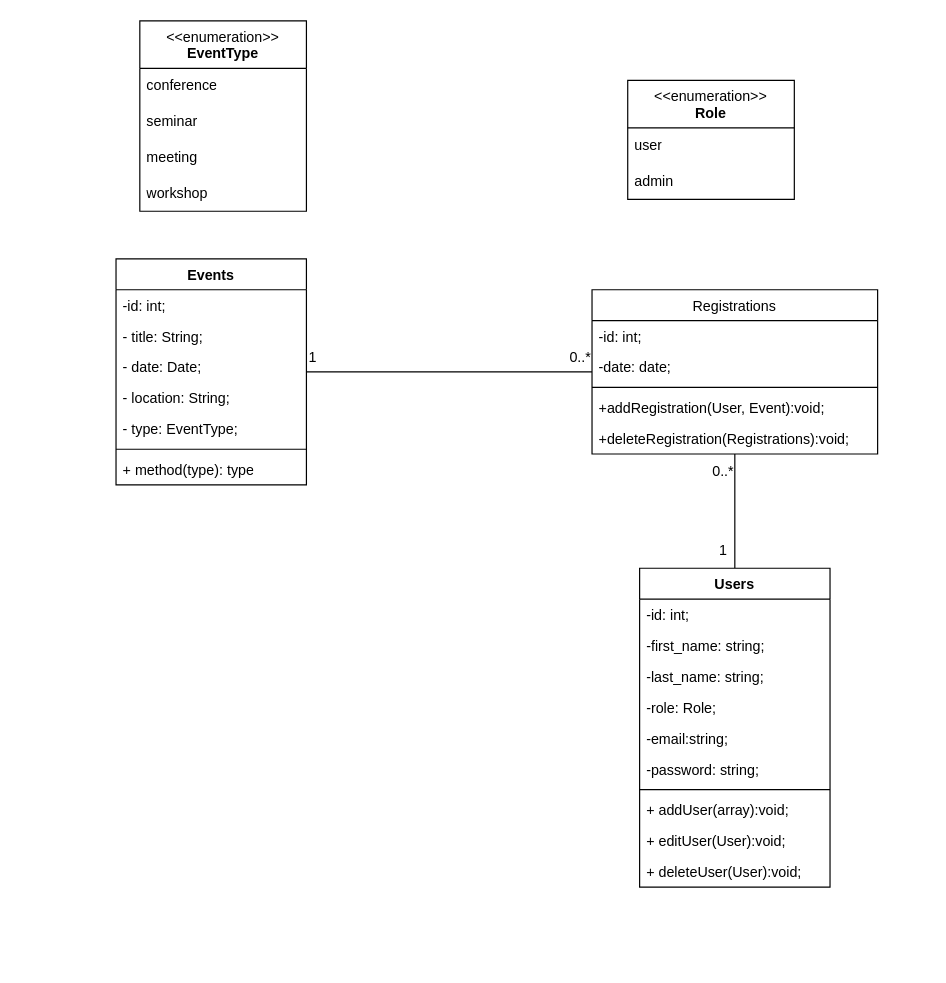
The draw.io diagram page "class" (2 of 2) of eventKeeper.drawio in berghach/EventKeeper, before the edit. Source tidied: cells renumbered, new cells numbered last; positions are measured from the earlier drawing's top-left corner, leaving out a move shared by most shapes. Both pictures are drawn from the tidied source at 119%, with x=0, y=0 at pixel (115, 20).
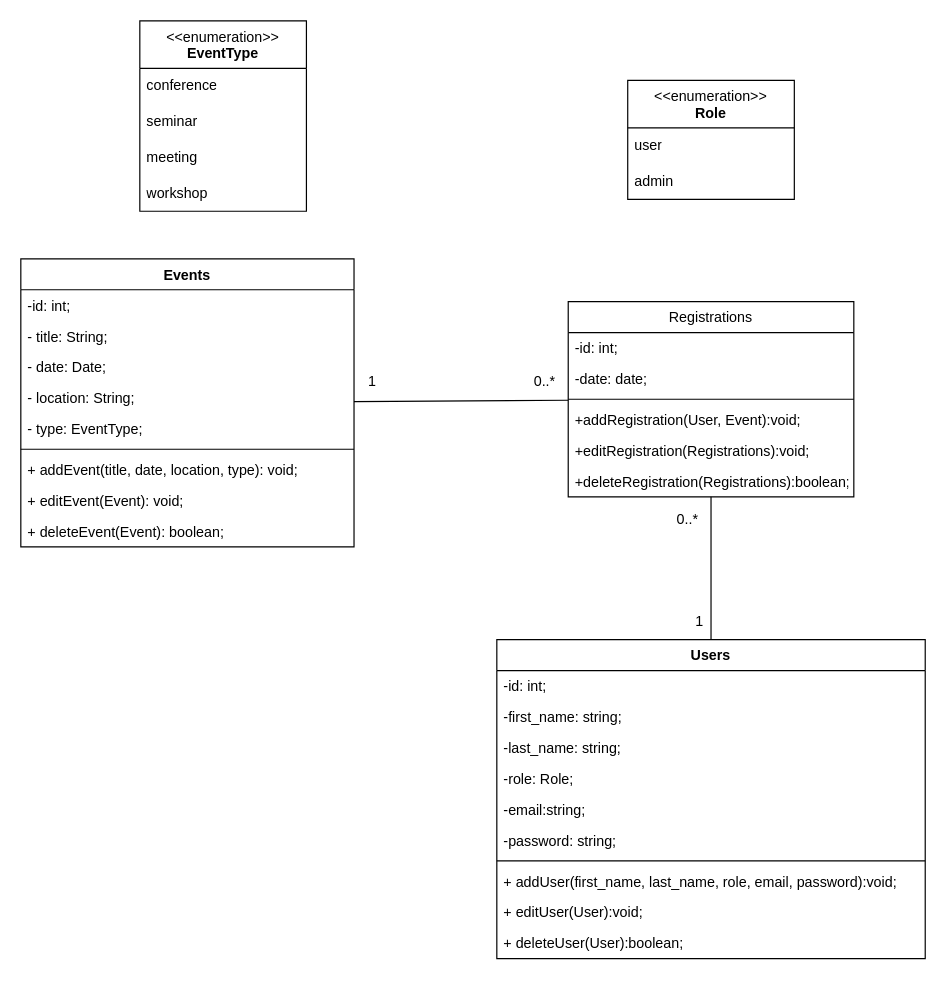
The same diagram, later.

Diff of the diagram source:
```diff
@@
     <mxCell id="3" value="Users" style="swimlane;fontStyle=1;align=center;verticalAlign=top;horizontal=1;startSize=26;whiteSpace=wrap;html=1;" parent="1" vertex="1">
-      <mxGeometry x="440" y="460" width="160" height="268" as="geometry" />
+      <mxGeometry x="320" y="520" width="360" height="268" as="geometry" />
     </mxCell>
     <mxCell id="4" value="-id: int;" style="text;strokeColor=none;fillColor=none;align=left;verticalAlign=top;spacingLeft=4;spacingRight=4;overflow=hidden;whiteSpace=wrap;html=1;" parent="3" vertex="1">
-      <mxGeometry y="26" width="160" height="26" as="geometry" />
+      <mxGeometry y="26" width="360" height="26" as="geometry" />
     </mxCell>
     <mxCell id="5" value="-first_name: string;" style="text;strokeColor=none;fillColor=none;align=left;verticalAlign=top;spacingLeft=4;spacingRight=4;overflow=hidden;whiteSpace=wrap;html=1;" parent="3" vertex="1">
-      <mxGeometry y="52" width="160" height="26" as="geometry" />
+      <mxGeometry y="52" width="360" height="26" as="geometry" />
     </mxCell>
     <mxCell id="6" value="-last_name: string;" style="text;strokeColor=none;fillColor=none;align=left;verticalAlign=top;spacingLeft=4;spacingRight=4;overflow=hidden;whiteSpace=wrap;html=1;" parent="3" vertex="1">
-      <mxGeometry y="78" width="160" height="26" as="geometry" />
+      <mxGeometry y="78" width="360" height="26" as="geometry" />
     </mxCell>
     <mxCell id="7" value="-role: Role;" style="text;strokeColor=none;fillColor=none;align=left;verticalAlign=top;spacingLeft=4;spacingRight=4;overflow=hidden;whiteSpace=wrap;html=1;" parent="3" vertex="1">
-      <mxGeometry y="104" width="160" height="26" as="geometry" />
+      <mxGeometry y="104" width="360" height="26" as="geometry" />
     </mxCell>
     <mxCell id="8" value="-email:string;" style="text;strokeColor=none;fillColor=none;align=left;verticalAlign=top;spacingLeft=4;spacingRight=4;overflow=hidden;whiteSpace=wrap;html=1;" parent="3" vertex="1">
-      <mxGeometry y="130" width="160" height="26" as="geometry" />
+      <mxGeometry y="130" width="360" height="26" as="geometry" />
     </mxCell>
     <mxCell id="9" value="-password: string;" style="text;strokeColor=none;fillColor=none;align=left;verticalAlign=top;spacingLeft=4;spacingRight=4;overflow=hidden;whiteSpace=wrap;html=1;" parent="3" vertex="1">
-      <mxGeometry y="156" width="160" height="26" as="geometry" />
+      <mxGeometry y="156" width="360" height="26" as="geometry" />
     </mxCell>
     <mxCell id="10" style="line;strokeWidth=1;fillColor=none;align=left;verticalAlign=middle;spacingTop=-1;spacingLeft=3;spacingRight=3;labelPosition=right;strokeColor=inherit;" parent="3" vertex="1">
-      <mxGeometry y="182" width="160" height="8" as="geometry" />
+      <mxGeometry y="182" width="360" height="8" as="geometry" />
     </mxCell>
-    <mxCell id="11" value="+ addUser(array):void;" style="text;strokeColor=none;fillColor=none;align=left;verticalAlign=top;spacingLeft=4;spacingRight=4;overflow=hidden;whiteSpace=wrap;html=1;" parent="3" vertex="1">
-      <mxGeometry y="190" width="160" height="26" as="geometry" />
+    <mxCell id="11" value="+ addUser(first_name, last_name, role, email, password):void;" style="text;strokeColor=none;fillColor=none;align=left;verticalAlign=top;spacingLeft=4;spacingRight=4;overflow=hidden;whiteSpace=wrap;html=1;" parent="3" vertex="1">
+      <mxGeometry y="190" width="360" height="26" as="geometry" />
     </mxCell>
     <mxCell id="12" value="+ editUser(User):void;" style="text;strokeColor=none;fillColor=none;align=left;verticalAlign=top;spacingLeft=4;spacingRight=4;overflow=hidden;whiteSpace=wrap;html=1;" parent="3" vertex="1">
-      <mxGeometry y="216" width="160" height="26" as="geometry" />
+      <mxGeometry y="216" width="360" height="26" as="geometry" />
     </mxCell>
-    <mxCell id="13" value="+ deleteUser(User):void;" style="text;strokeColor=none;fillColor=none;align=left;verticalAlign=top;spacingLeft=4;spacingRight=4;overflow=hidden;whiteSpace=wrap;html=1;" parent="3" vertex="1">
-      <mxGeometry y="242" width="160" height="26" as="geometry" />
+    <mxCell id="13" value="+ deleteUser(User):boolean;" style="text;strokeColor=none;fillColor=none;align=left;verticalAlign=top;spacingLeft=4;spacingRight=4;overflow=hidden;whiteSpace=wrap;html=1;" parent="3" vertex="1">
+      <mxGeometry y="242" width="360" height="26" as="geometry" />
     </mxCell>
@@
     <mxCell id="15" value="&lt;span style=&quot;font-weight: 400; text-align: left;&quot;&gt;Registrations&lt;/span&gt;" style="swimlane;fontStyle=1;align=center;verticalAlign=top;horizontal=1;startSize=26;whiteSpace=wrap;html=1;" parent="1" vertex="1">
-      <mxGeometry x="400" y="226" width="240" height="138" as="geometry" />
+      <mxGeometry x="380" y="236" width="240" height="164" as="geometry" />
     </mxCell>
@@
-    <mxCell id="20" value="+deleteRegistration(Registrations):void;" style="text;strokeColor=none;fillColor=none;align=left;verticalAlign=top;spacingLeft=4;spacingRight=4;overflow=hidden;whiteSpace=wrap;html=1;" parent="15" vertex="1">
+    <mxCell id="20" value="+editRegistration(Registrations):void;" style="text;strokeColor=none;fillColor=none;align=left;verticalAlign=top;spacingLeft=4;spacingRight=4;overflow=hidden;whiteSpace=wrap;html=1;" parent="15" vertex="1">
       <mxGeometry y="112" width="240" height="26" as="geometry" />
     </mxCell>
+    <mxCell id="41" value="+deleteRegistration(Registrations):boolean;" style="text;strokeColor=none;fillColor=none;align=left;verticalAlign=top;spacingLeft=4;spacingRight=4;overflow=hidden;whiteSpace=wrap;html=1;" parent="15" vertex="1">
+      <mxGeometry y="138" width="240" height="26" as="geometry" />
+    </mxCell>
     <mxCell id="21" value="Events" style="swimlane;fontStyle=1;align=center;verticalAlign=top;horizontal=1;startSize=26;whiteSpace=wrap;html=1;" parent="1" vertex="1">
-      <mxGeometry y="200" width="160" height="190" as="geometry" />
+      <mxGeometry x="-80" y="200" width="280" height="242" as="geometry" />
     </mxCell>
     <mxCell id="22" value="-id: int;" style="text;strokeColor=none;fillColor=none;align=left;verticalAlign=top;spacingLeft=4;spacingRight=4;overflow=hidden;whiteSpace=wrap;html=1;" parent="21" vertex="1">
-      <mxGeometry y="26" width="160" height="26" as="geometry" />
+      <mxGeometry y="26" width="280" height="26" as="geometry" />
     </mxCell>
     <mxCell id="23" value="&lt;span class=&quot;hljs-operator&quot;&gt;-&lt;/span&gt; title: String;" style="text;strokeColor=none;fillColor=none;align=left;verticalAlign=top;spacingLeft=4;spacingRight=4;overflow=hidden;whiteSpace=wrap;html=1;" parent="21" vertex="1">
-      <mxGeometry y="52" width="160" height="26" as="geometry" />
+      <mxGeometry y="52" width="280" height="26" as="geometry" />
     </mxCell>
     <mxCell id="24" value="&lt;span class=&quot;hljs-operator&quot;&gt;-&lt;/span&gt; &lt;span class=&quot;hljs-type&quot;&gt;date&lt;/span&gt;: Date;" style="text;strokeColor=none;fillColor=none;align=left;verticalAlign=top;spacingLeft=4;spacingRight=4;overflow=hidden;whiteSpace=wrap;html=1;" parent="21" vertex="1">
-      <mxGeometry y="78" width="160" height="26" as="geometry" />
+      <mxGeometry y="78" width="280" height="26" as="geometry" />
     </mxCell>
     <mxCell id="25" value="&lt;span class=&quot;hljs-operator&quot;&gt;-&lt;/span&gt; location: String;" style="text;strokeColor=none;fillColor=none;align=left;verticalAlign=top;spacingLeft=4;spacingRight=4;overflow=hidden;whiteSpace=wrap;html=1;" parent="21" vertex="1">
-      <mxGeometry y="104" width="160" height="26" as="geometry" />
+      <mxGeometry y="104" width="280" height="26" as="geometry" />
     </mxCell>
     <mxCell id="26" value="&lt;span class=&quot;hljs-operator&quot;&gt;-&lt;/span&gt; type: EventType;&amp;nbsp;" style="text;strokeColor=none;fillColor=none;align=left;verticalAlign=top;spacingLeft=4;spacingRight=4;overflow=hidden;whiteSpace=wrap;html=1;" parent="21" vertex="1">
-      <mxGeometry y="130" width="160" height="26" as="geometry" />
+      <mxGeometry y="130" width="280" height="26" as="geometry" />
     </mxCell>
     <mxCell id="27" style="line;strokeWidth=1;fillColor=none;align=left;verticalAlign=middle;spacingTop=-1;spacingLeft=3;spacingRight=3;labelPosition=right;strokeColor=inherit;" parent="21" vertex="1">
-      <mxGeometry y="156" width="160" height="8" as="geometry" />
+      <mxGeometry y="156" width="280" height="8" as="geometry" />
     </mxCell>
-    <mxCell id="28" value="+ method(type): type" style="text;strokeColor=none;fillColor=none;align=left;verticalAlign=top;spacingLeft=4;spacingRight=4;overflow=hidden;whiteSpace=wrap;html=1;" parent="21" vertex="1">
-      <mxGeometry y="164" width="160" height="26" as="geometry" />
+    <mxCell id="28" value="+ addEvent(title, date, location, type): void;" style="text;strokeColor=none;fillColor=none;align=left;verticalAlign=top;spacingLeft=4;spacingRight=4;overflow=hidden;whiteSpace=wrap;html=1;" parent="21" vertex="1">
+      <mxGeometry y="164" width="280" height="26" as="geometry" />
     </mxCell>
+    <mxCell id="42" value="+ editEvent(Event): void;" style="text;strokeColor=none;fillColor=none;align=left;verticalAlign=top;spacingLeft=4;spacingRight=4;overflow=hidden;whiteSpace=wrap;html=1;" parent="21" vertex="1">
+      <mxGeometry y="190" width="280" height="26" as="geometry" />
+    </mxCell>
+    <mxCell id="43" value="+ deleteEvent(Event): boolean;" style="text;strokeColor=none;fillColor=none;align=left;verticalAlign=top;spacingLeft=4;spacingRight=4;overflow=hidden;whiteSpace=wrap;html=1;" parent="21" vertex="1">
+      <mxGeometry y="216" width="280" height="26" as="geometry" />
+    </mxCell>
@@
     <mxCell id="37" value="0..*" style="text;html=1;align=center;verticalAlign=middle;strokeColor=none;fillColor=none;" parent="1" vertex="1">
-      <mxGeometry x="490" y="364" width="40" height="30" as="geometry" />
+      <mxGeometry x="460" y="404" width="40" height="30" as="geometry" />
     </mxCell>
     <mxCell id="38" value="1" style="text;html=1;align=center;verticalAlign=middle;strokeColor=none;fillColor=none;" parent="1" vertex="1">
-      <mxGeometry x="495" y="430" width="30" height="30" as="geometry" />
+      <mxGeometry x="475" y="490" width="30" height="30" as="geometry" />
     </mxCell>
     <mxCell id="39" value="0..*" style="text;html=1;align=center;verticalAlign=middle;strokeColor=none;fillColor=none;" parent="1" vertex="1">
-      <mxGeometry x="370" y="268" width="40" height="30" as="geometry" />
+      <mxGeometry x="340" y="288" width="40" height="30" as="geometry" />
     </mxCell>
     <mxCell id="40" value="1" style="text;html=1;align=center;verticalAlign=middle;strokeColor=none;fillColor=none;" parent="1" vertex="1">
-      <mxGeometry x="150" y="268" width="30" height="30" as="geometry" />
+      <mxGeometry x="200" y="288" width="30" height="30" as="geometry" />
     </mxCell>
```
